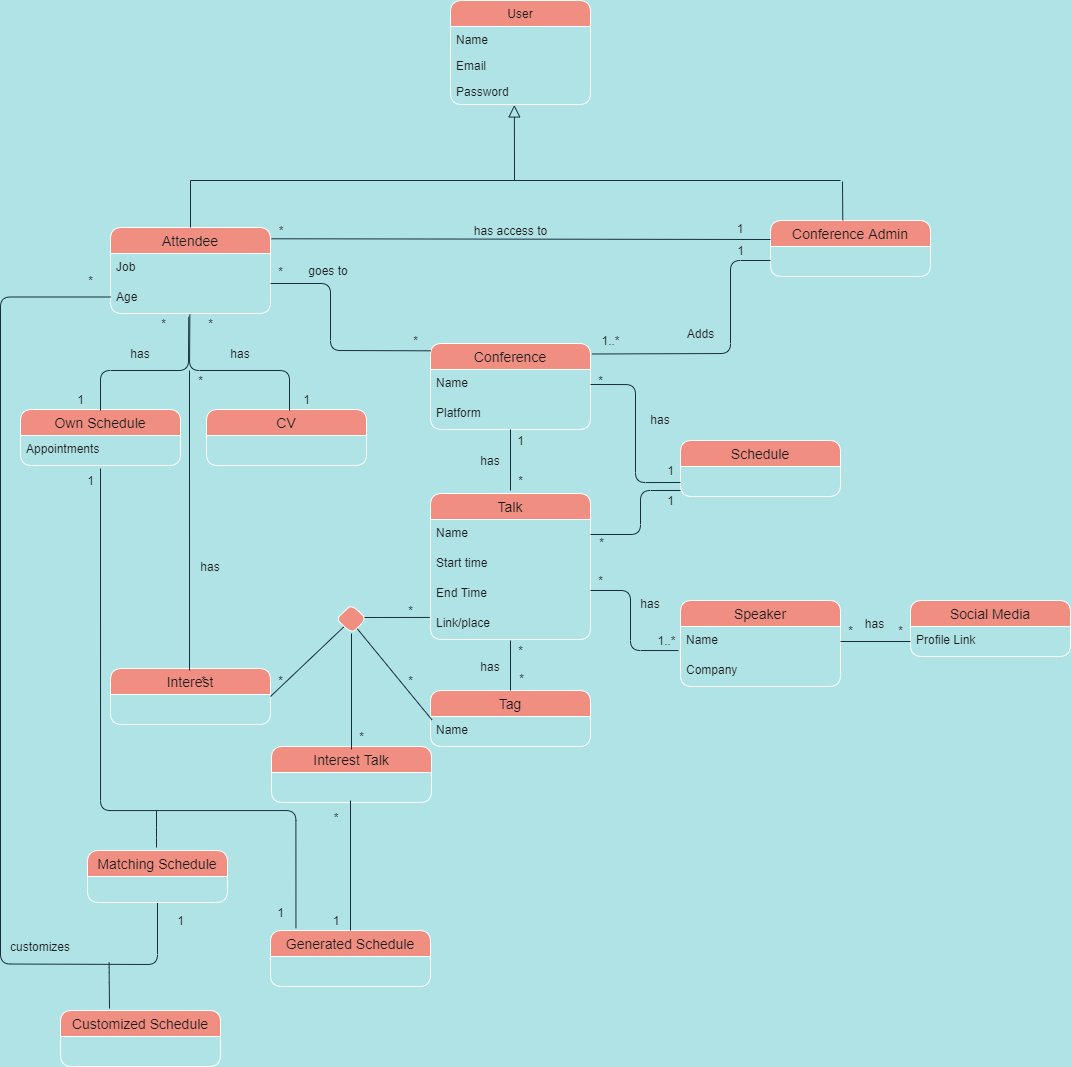
Earlier version of the draw.io export img/domain_model.png (claramoreirag/FEUP-ESOF). Source tidied: cells renumbered, new cells last; positions are measured from the earlier drawing's top-left corner, leaving out a move shared by most shapes.
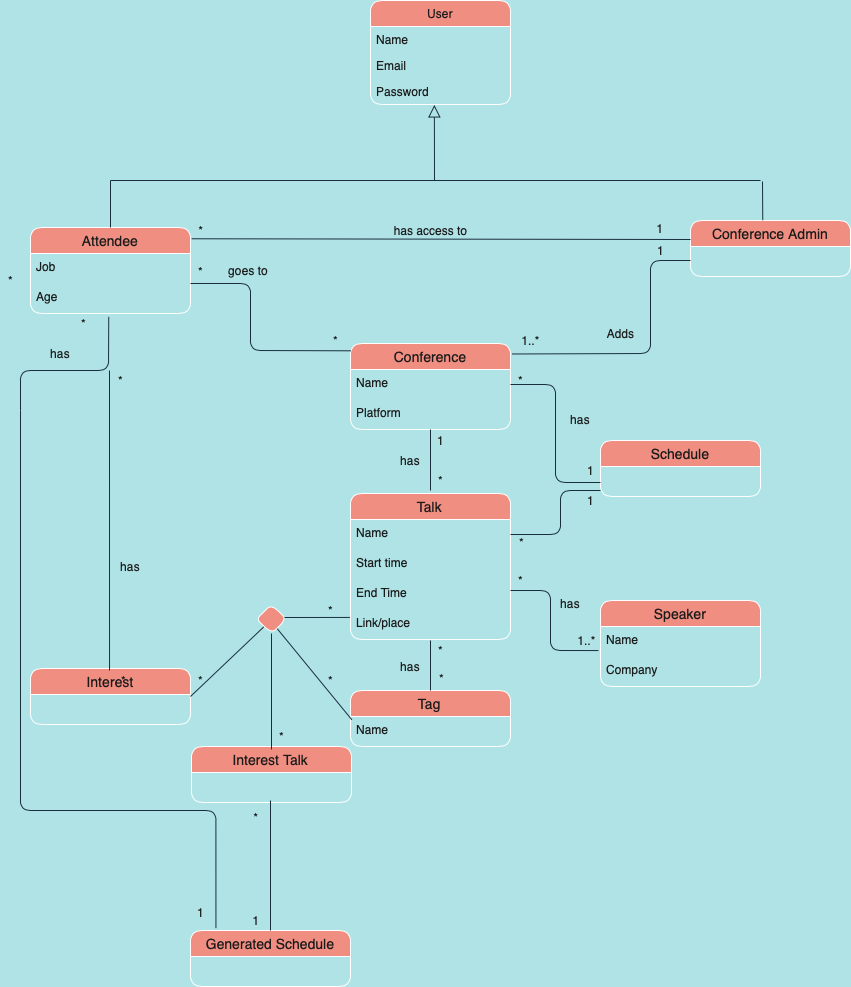
Above is the later version.

Change to the diagram source:
```diff
@@ -38,9 +38,6 @@
         <mxPoint x="100.3" y="430" as="targetPoint" />
       </mxGeometry>
     </mxCell>
-    <mxCell id="13" value="CV" style="swimlane;fontStyle=0;horizontal=1;startSize=26;align=center;fontSize=14;fillColor=#F08E81;strokeColor=#FFFFFF;fontColor=#1A1A1A;rounded=1;" parent="1" vertex="1">
-      <mxGeometry x="206" y="409" width="160" height="56" as="geometry" />
-    </mxCell>
     <mxCell id="14" value="Talk" style="swimlane;fontStyle=0;horizontal=1;startSize=26;align=center;fontSize=14;fillColor=#F08E81;strokeColor=#FFFFFF;fontColor=#1A1A1A;rounded=1;" parent="1" vertex="1">
       <mxGeometry x="430" y="493" width="160" height="146" as="geometry" />
     </mxCell>
@@ -62,12 +59,6 @@
     <mxCell id="20" value="Generated Schedule" style="swimlane;fontStyle=0;horizontal=1;startSize=26;align=center;fontSize=14;fillColor=#F08E81;strokeColor=#FFFFFF;fontColor=#1A1A1A;rounded=1;" parent="1" vertex="1">
       <mxGeometry x="270" y="930" width="160" height="56" as="geometry" />
     </mxCell>
-    <mxCell id="21" value="Own Schedule" style="swimlane;fontStyle=0;horizontal=1;startSize=26;align=center;fontSize=14;fillColor=#F08E81;strokeColor=#FFFFFF;fontColor=#1A1A1A;rounded=1;" parent="1" vertex="1">
-      <mxGeometry x="20" y="409" width="160" height="56" as="geometry" />
-    </mxCell>
-    <mxCell id="22" value="Appointments" style="text;strokeColor=none;fillColor=none;spacingLeft=4;spacingRight=4;overflow=hidden;fontSize=12;fontColor=#1A1A1A;rounded=1;" parent="21" vertex="1">
-      <mxGeometry y="26" width="160" height="30" as="geometry" />
-    </mxCell>
     <mxCell id="23" value="Speaker" style="swimlane;fontStyle=0;horizontal=1;startSize=26;align=center;fontSize=14;fillColor=#F08E81;strokeColor=#FFFFFF;fontColor=#1A1A1A;rounded=1;" parent="1" vertex="1">
       <mxGeometry x="680" y="600" width="160" height="86" as="geometry" />
     </mxCell>
@@ -77,15 +68,6 @@
     <mxCell id="25" value="Company" style="text;strokeColor=none;fillColor=none;spacingLeft=4;spacingRight=4;overflow=hidden;fontSize=12;fontColor=#1A1A1A;rounded=1;" parent="23" vertex="1">
       <mxGeometry y="56" width="160" height="30" as="geometry" />
     </mxCell>
-    <mxCell id="26" value="Social Media" style="swimlane;fontStyle=0;horizontal=1;startSize=26;align=center;fontSize=14;fillColor=#F08E81;strokeColor=#FFFFFF;fontColor=#1A1A1A;rounded=1;" parent="1" vertex="1">
-      <mxGeometry x="910" y="600" width="160" height="56" as="geometry" />
-    </mxCell>
-    <mxCell id="27" value="Profile Link" style="text;strokeColor=none;fillColor=none;spacingLeft=4;spacingRight=4;overflow=hidden;points=[[0,0.5],[1,0.5]];portConstraint=eastwest;fontSize=12;fontColor=#1A1A1A;rounded=1;" parent="26" vertex="1">
-      <mxGeometry y="26" width="160" height="30" as="geometry" />
-    </mxCell>
-    <mxCell id="28" value="Customized Schedule" style="swimlane;fontStyle=0;horizontal=1;startSize=26;align=center;fontSize=14;fillColor=#F08E81;strokeColor=#FFFFFF;fontColor=#1A1A1A;rounded=1;" parent="1" vertex="1">
-      <mxGeometry x="60" y="1010" width="160" height="56" as="geometry" />
-    </mxCell>
     <mxCell id="29" style="endArrow=none;html=1;exitX=0.489;exitY=1.111;exitDx=0;exitDy=0;exitPerimeter=0;endFill=0;labelBackgroundColor=#B0E3E6;strokeColor=#182E3E;fontColor=#1A1A1A;" parent="1" edge="1" source="4">
       <mxGeometry relative="1" as="geometry">
         <mxPoint x="100" y="410" as="targetPoint" />
@@ -95,15 +77,6 @@
         </Array>
       </mxGeometry>
     </mxCell>
-    <mxCell id="30" style="endArrow=none;html=1;entryX=0.5;entryY=0;entryDx=0;entryDy=0;endFill=0;exitX=0.496;exitY=1.036;exitDx=0;exitDy=0;exitPerimeter=0;labelBackgroundColor=#B0E3E6;strokeColor=#182E3E;fontColor=#1A1A1A;" parent="1" edge="1" source="4">
-      <mxGeometry relative="1" as="geometry">
-        <mxPoint x="289" y="410" as="targetPoint" />
-        <Array as="points">
-          <mxPoint x="189" y="370" />
-          <mxPoint x="289" y="370" />
-        </Array>
-      </mxGeometry>
-    </mxCell>
     <mxCell id="31" value="User" style="swimlane;fontStyle=0;horizontal=1;startSize=26;fillColor=#F08E81;strokeColor=#FFFFFF;fontColor=#1A1A1A;rounded=1;" parent="1" vertex="1">
       <mxGeometry x="450" width="140" height="104" as="geometry" />
     </mxCell>
@@ -187,9 +160,6 @@
         </Array>
       </mxGeometry>
     </mxCell>
-    <mxCell id="46" style="endArrow=none;html=1;exitX=1;exitY=0.5;exitDx=0;exitDy=0;entryX=0;entryY=0.5;entryDx=0;entryDy=0;labelBackgroundColor=#B0E3E6;strokeColor=#182E3E;fontColor=#1A1A1A;" parent="1" edge="1" source="24" target="27">
-      <mxGeometry relative="1" as="geometry" />
-    </mxCell>
     <mxCell id="47" style="endArrow=none;html=1;labelBackgroundColor=#B0E3E6;strokeColor=#182E3E;fontColor=#1A1A1A;" parent="1" edge="1">
       <mxGeometry relative="1" as="geometry">
         <mxPoint x="510" y="490" as="sourcePoint" />
@@ -217,15 +187,9 @@
     <mxCell id="52" value="has" style="text;html=1;strokeColor=none;fillColor=none;align=center;verticalAlign=middle;whiteSpace=wrap;fontColor=#1A1A1A;rounded=1;" parent="1" vertex="1">
       <mxGeometry x="470" y="450" width="40" height="20" as="geometry" />
     </mxCell>
-    <mxCell id="53" value="has" style="text;html=1;align=center;verticalAlign=middle;fontColor=#1A1A1A;rounded=1;" parent="1" vertex="1">
-      <mxGeometry x="859" y="613" width="30" height="20" as="geometry" />
-    </mxCell>
     <mxCell id="54" value="has" style="text;html=1;strokeColor=none;fillColor=none;align=center;verticalAlign=middle;whiteSpace=wrap;fontColor=#1A1A1A;rounded=1;" parent="1" vertex="1">
       <mxGeometry x="470" y="656" width="40" height="20" as="geometry" />
     </mxCell>
-    <mxCell id="55" value="has" style="text;html=1;strokeColor=none;fillColor=none;align=center;verticalAlign=middle;whiteSpace=wrap;fontColor=#1A1A1A;rounded=1;" parent="1" vertex="1">
-      <mxGeometry x="220" y="343" width="40" height="20" as="geometry" />
-    </mxCell>
     <mxCell id="56" value="has" style="text;html=1;strokeColor=none;fillColor=none;align=center;verticalAlign=middle;whiteSpace=wrap;fontColor=#1A1A1A;rounded=1;" parent="1" vertex="1">
       <mxGeometry x="120" y="343" width="40" height="20" as="geometry" />
     </mxCell>
@@ -252,29 +216,6 @@
         <mxPoint x="351" y="749" as="sourcePoint" />
       </mxGeometry>
     </mxCell>
-    <mxCell id="63" style="endArrow=none;html=1;exitX=0.5;exitY=1;exitDx=0;exitDy=0;labelBackgroundColor=#B0E3E6;strokeColor=#182E3E;fontColor=#1A1A1A;" parent="1" edge="1" source="98">
-      <mxGeometry relative="1" as="geometry">
-        <mxPoint x="110" y="296.5" as="targetPoint" />
-        <Array as="points">
-          <mxPoint x="157" y="964" />
-          <mxPoint y="963.5" />
-          <mxPoint y="633.5" />
-          <mxPoint y="296.5" />
-        </Array>
-      </mxGeometry>
-    </mxCell>
-    <mxCell id="64" style="endArrow=none;html=1;labelBackgroundColor=#B0E3E6;strokeColor=#182E3E;fontColor=#1A1A1A;" parent="1" edge="1">
-      <mxGeometry relative="1" as="geometry">
-        <mxPoint x="109" y="1008" as="sourcePoint" />
-        <mxPoint x="108.7" y="962" as="targetPoint" />
-        <Array as="points">
-          <mxPoint x="108.7" y="972" />
-        </Array>
-      </mxGeometry>
-    </mxCell>
-    <mxCell id="65" value="customizes" style="text;html=1;strokeColor=none;fillColor=none;align=center;verticalAlign=middle;whiteSpace=wrap;fontColor=#1A1A1A;rounded=1;" parent="1" vertex="1">
-      <mxGeometry x="20" y="936" width="40" height="20" as="geometry" />
-    </mxCell>
     <mxCell id="66" style="endArrow=none;html=1;exitX=0.5;exitY=0;exitDx=0;exitDy=0;labelBackgroundColor=#B0E3E6;strokeColor=#182E3E;fontColor=#1A1A1A;" parent="1" edge="1" source="20">
       <mxGeometry relative="1" as="geometry">
         <mxPoint x="350" y="800" as="targetPoint" />
@@ -292,18 +233,9 @@
     <mxCell id="70" value="*" style="text;html=1;align=center;verticalAlign=middle;fontColor=#1A1A1A;rounded=1;" parent="1" vertex="1">
       <mxGeometry x="270" y="261" width="20" height="20" as="geometry" />
     </mxCell>
-    <mxCell id="71" value="1" style="text;html=1;align=center;verticalAlign=middle;fontColor=#1A1A1A;rounded=1;" parent="1" vertex="1">
-      <mxGeometry x="70" y="389" width="20" height="20" as="geometry" />
-    </mxCell>
     <mxCell id="72" value="*" style="text;html=1;align=center;verticalAlign=middle;fontColor=#1A1A1A;rounded=1;" parent="1" vertex="1">
       <mxGeometry x="153" y="313" width="20" height="20" as="geometry" />
     </mxCell>
-    <mxCell id="73" value="1" style="text;html=1;align=center;verticalAlign=middle;fontColor=#1A1A1A;rounded=1;" parent="1" vertex="1">
-      <mxGeometry x="296" y="389" width="20" height="20" as="geometry" />
-    </mxCell>
-    <mxCell id="74" value="*" style="text;html=1;align=center;verticalAlign=middle;fontColor=#1A1A1A;rounded=1;" parent="1" vertex="1">
-      <mxGeometry x="200" y="313" width="20" height="20" as="geometry" />
-    </mxCell>
     <mxCell id="75" value="*" style="text;html=1;align=center;verticalAlign=middle;fontColor=#1A1A1A;rounded=1;" parent="1" vertex="1">
       <mxGeometry x="510" y="640" width="20" height="20" as="geometry" />
     </mxCell>
@@ -316,12 +248,6 @@
     <mxCell id="78" value="1..*" style="text;html=1;align=center;verticalAlign=middle;fontColor=#1A1A1A;rounded=1;" parent="1" vertex="1">
       <mxGeometry x="651" y="630" width="30" height="20" as="geometry" />
     </mxCell>
-    <mxCell id="79" value="*" style="text;html=1;align=center;verticalAlign=middle;fontColor=#1A1A1A;rounded=1;" parent="1" vertex="1">
-      <mxGeometry x="840" y="620" width="20" height="20" as="geometry" />
-    </mxCell>
-    <mxCell id="80" value="*" style="text;html=1;align=center;verticalAlign=middle;fontColor=#1A1A1A;rounded=1;" parent="1" vertex="1">
-      <mxGeometry x="890" y="620" width="20" height="20" as="geometry" />
-    </mxCell>
     <mxCell id="81" value="*" style="text;html=1;align=center;verticalAlign=middle;fontColor=#1A1A1A;rounded=1;" parent="1" vertex="1">
       <mxGeometry x="590" y="370" width="20" height="20" as="geometry" />
     </mxCell>
@@ -372,31 +298,13 @@
     </mxCell>
     <mxCell id="97" style="endArrow=none;html=1;exitX=0.159;exitY=-0.041;exitDx=0;exitDy=0;exitPerimeter=0;edgeStyle=orthogonalEdgeStyle;labelBackgroundColor=#B0E3E6;strokeColor=#182E3E;fontColor=#1A1A1A;" parent="1" edge="1" source="20">
       <mxGeometry relative="1" as="geometry">
-        <mxPoint x="100" y="468" as="targetPoint" />
+        <mxPoint x="100" y="410" as="targetPoint" />
         <Array as="points">
           <mxPoint x="295" y="810" />
           <mxPoint x="100" y="810" />
         </Array>
       </mxGeometry>
     </mxCell>
-    <mxCell id="98" value="Matching Schedule" style="swimlane;fontStyle=0;horizontal=1;startSize=26;fillColor=#F08E81;strokeColor=#FFFFFF;fontColor=#1A1A1A;fontSize=14;rounded=1;" parent="1" vertex="1">
-      <mxGeometry x="87" y="850" width="140" height="52" as="geometry" />
-    </mxCell>
-    <mxCell id="99" style="endArrow=none;html=1;labelBackgroundColor=#B0E3E6;strokeColor=#182E3E;fontColor=#1A1A1A;" parent="1" edge="1">
-      <mxGeometry relative="1" as="geometry">
-        <mxPoint x="156" y="847" as="sourcePoint" />
-        <mxPoint x="156" y="810" as="targetPoint" />
-        <Array as="points">
-          <mxPoint x="156" y="827" />
-        </Array>
-      </mxGeometry>
-    </mxCell>
-    <mxCell id="100" value="1" style="text;html=1;align=center;verticalAlign=middle;fontColor=#1A1A1A;rounded=1;" parent="1" vertex="1">
-      <mxGeometry x="170" y="910" width="20" height="20" as="geometry" />
-    </mxCell>
-    <mxCell id="101" value="1" style="text;html=1;align=center;verticalAlign=middle;fontColor=#1A1A1A;rounded=1;arcSize=50;" parent="1" vertex="1">
-      <mxGeometry x="80" y="470" width="20" height="20" as="geometry" />
-    </mxCell>
     <mxCell id="102" style="endArrow=none;html=1;strokeColor=#182E3E;fontColor=#1A1A1A;entryX=0;entryY=0.5;entryDx=0;entryDy=0;exitX=1.007;exitY=0.131;exitDx=0;exitDy=0;exitPerimeter=0;" parent="1" edge="1" source="2">
       <mxGeometry relative="1" as="geometry">
         <mxPoint x="770" y="239" as="targetPoint" />
```
